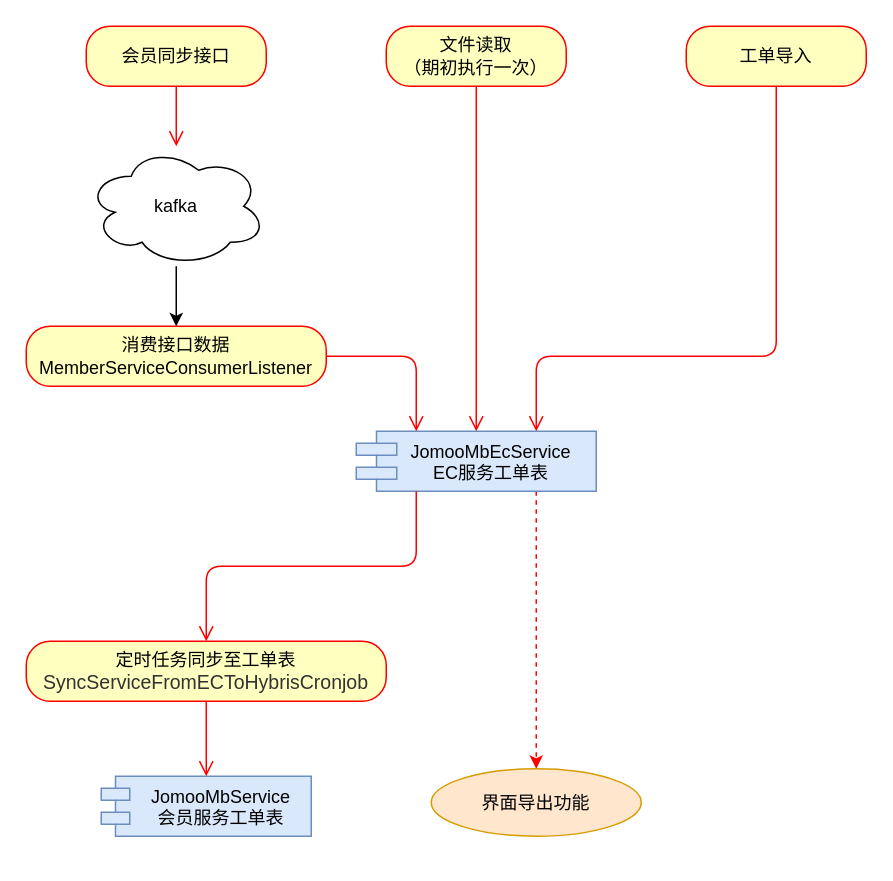
whenheshi/diagrams keeps this draw.io diagram as 会员EC工单.drawio. Above is the earlier version. Source tidied: cells renumbered, new cells numbered last; positions are measured from the earlier drawing's top-left corner, leaving out a move shared by most shapes. Both pictures are drawn from the tidied source at 150%, with x=0, y=0 at pixel (26, 26).
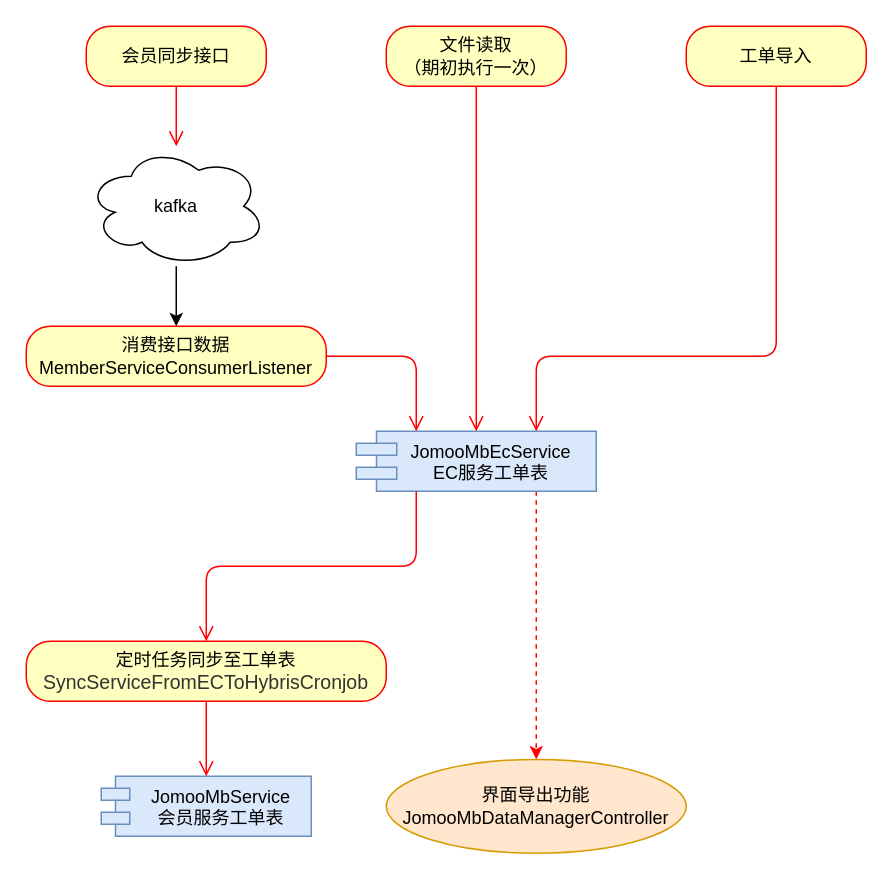
The same diagram, later.

Commit message:
更新会员EC工单.drawio

The edit, as a diff of the source:
```diff
@@
-    <mxCell id="18" value="界面导出功能" style="ellipse;whiteSpace=wrap;html=1;fillColor=#ffe6cc;strokeColor=#d79b00;" parent="1" vertex="1">
-      <mxGeometry x="270" y="495" width="140" height="45" as="geometry" />
+    <mxCell id="18" value="界面导出功能&lt;br&gt;JomooMbDataManagerController" style="ellipse;whiteSpace=wrap;html=1;fillColor=#ffe6cc;strokeColor=#d79b00;" parent="1" vertex="1">
+      <mxGeometry x="240" y="488.8" width="200" height="62.5" as="geometry" />
     </mxCell>
```
